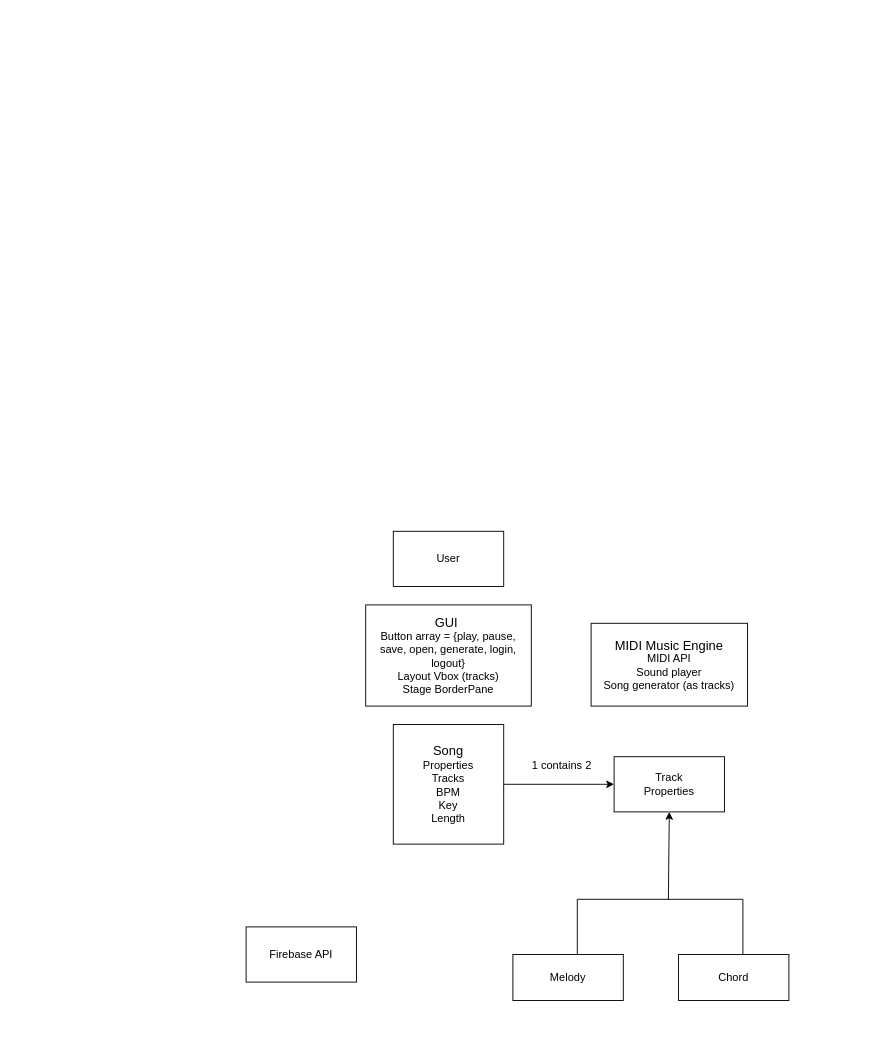
Before: src/main/UML/UML Diagram.drawio in slaystarthunder/midis-touch, a draw.io diagram. Source tidied: cells renumbered, new cells numbered last; positions are measured from the earlier drawing's top-left corner, leaving out a move shared by most shapes. Both pictures are drawn from the tidied source at 92%, with x=0, y=0 at pixel (246, 531).
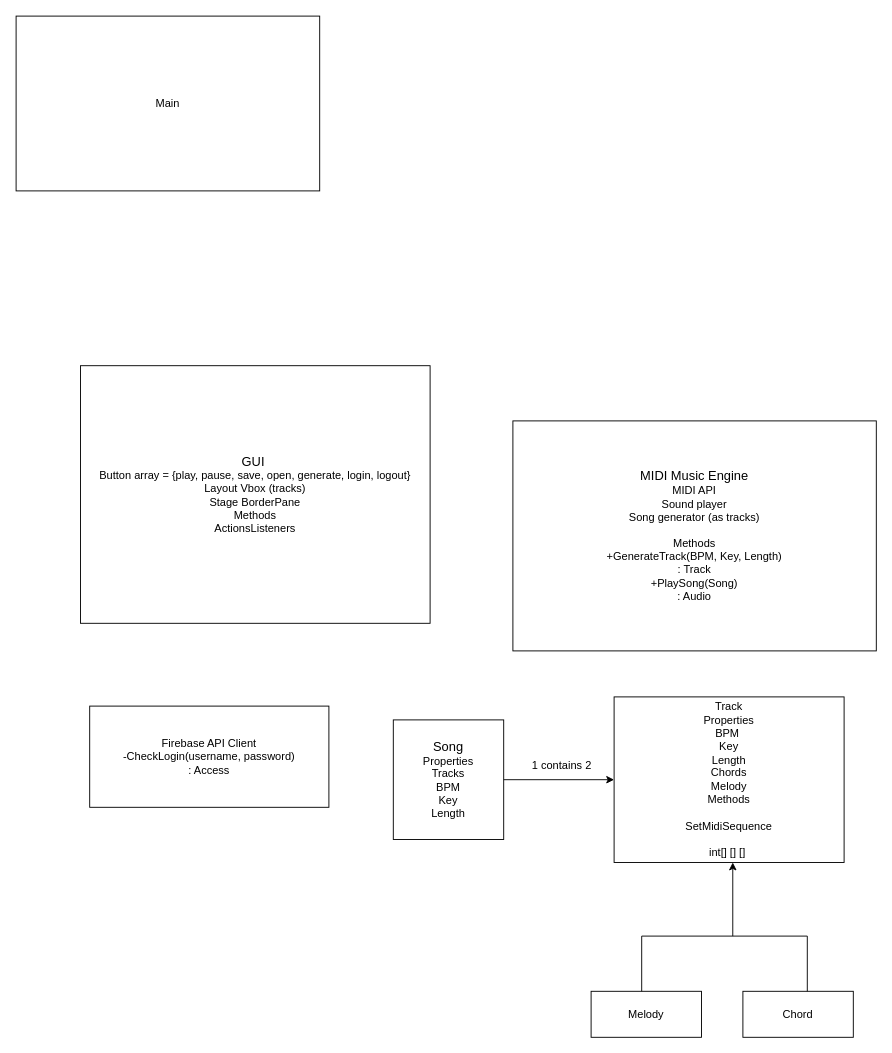
The same page after the edit.

The edit, as a diff of the source:
```diff
@@
 <mxGraphModel>
   <root>
     <mxCell id="0" />
     <mxCell id="1" parent="0" />
-    <mxCell id="2" value="&lt;font style=&quot;font-size: 14px;&quot;&gt;GUI&amp;nbsp;&lt;/font&gt;&lt;br&gt;Button array = {play, pause, save, open, generate, login, logout}&lt;br&gt;Layout Vbox (tracks)&lt;br&gt;Stage BorderPane" style="rounded=0;whiteSpace=wrap;html=1;" parent="1" vertex="1">
-      <mxGeometry x="130" y="80" width="180" height="110" as="geometry" />
+    <mxCell id="2" value="&lt;font style=&quot;font-size: 14px;&quot;&gt;GUI&amp;nbsp;&lt;/font&gt;&lt;br&gt;Button array = {play, pause, save, open, generate, login, logout}&lt;br&gt;Layout Vbox (tracks)&lt;br&gt;Stage BorderPane&lt;br&gt;Methods&lt;br&gt;ActionsListeners" style="rounded=0;whiteSpace=wrap;html=1;" parent="1" vertex="1">
+      <mxGeometry x="-180" y="-180" width="380" height="280" as="geometry" />
     </mxCell>
-    <mxCell id="3" value="&lt;font style=&quot;font-size: 14px;&quot;&gt;MIDI Music Engine&lt;br&gt;&lt;/font&gt;MIDI API&lt;br&gt;Sound player&lt;br&gt;Song generator (as tracks)" style="rounded=0;whiteSpace=wrap;html=1;" parent="1" vertex="1">
-      <mxGeometry x="375" y="100" width="170" height="90" as="geometry" />
+    <mxCell id="3" value="&lt;font style=&quot;font-size: 14px;&quot;&gt;MIDI Music Engine&lt;br&gt;&lt;/font&gt;MIDI API&lt;br&gt;Sound player&lt;br&gt;Song generator (as tracks)&lt;br&gt;&lt;br&gt;Methods&lt;br&gt;+GenerateTrack(BPM, Key, Length)&lt;br&gt;: Track&lt;br&gt;+PlaySong(Song)&lt;br&gt;: Audio" style="rounded=0;whiteSpace=wrap;html=1;" parent="1" vertex="1">
+      <mxGeometry x="290" y="-120" width="395" height="250" as="geometry" />
     </mxCell>
     <mxCell id="4" value="&lt;font style=&quot;font-size: 14px;&quot;&gt;Song&lt;/font&gt;&lt;br&gt;Properties&lt;br&gt;Tracks&lt;br&gt;BPM&lt;br&gt;Key&lt;br&gt;Length&lt;br&gt;" style="rounded=0;whiteSpace=wrap;html=1;" parent="1" vertex="1">
-      <mxGeometry x="160" y="210" width="120" height="130" as="geometry" />
+      <mxGeometry x="160" y="205" width="120" height="130" as="geometry" />
     </mxCell>
-    <mxCell id="5" value="User" style="rounded=0;whiteSpace=wrap;html=1;" parent="1" vertex="1">
-      <mxGeometry x="160" width="120" height="60" as="geometry" />
-    </mxCell>
-    <mxCell id="6" value="Firebase API" style="rounded=0;whiteSpace=wrap;html=1;" parent="1" vertex="1">
-      <mxGeometry y="430" width="120" height="60" as="geometry" />
+    <mxCell id="6" value="Firebase API Client&lt;br&gt;-CheckLogin(username, password)&lt;br&gt;: Access" style="rounded=0;whiteSpace=wrap;html=1;" parent="1" vertex="1">
+      <mxGeometry x="-170" y="190" width="260" height="110" as="geometry" />
     </mxCell>
-    <mxCell id="7" value="Track&lt;br&gt;Properties" style="rounded=0;whiteSpace=wrap;html=1;" parent="1" vertex="1">
-      <mxGeometry x="400" y="245" width="120" height="60" as="geometry" />
+    <mxCell id="7" value="Track&lt;br&gt;Properties&lt;br&gt;BPM&amp;nbsp;&lt;br&gt;Key&lt;br&gt;Length&lt;br&gt;Chords&lt;br&gt;Melody&lt;br&gt;Methods&lt;br&gt;&lt;br&gt;SetMidiSequence&lt;br&gt;&lt;br&gt;int[] [] []&amp;nbsp;" style="rounded=0;whiteSpace=wrap;html=1;" parent="1" vertex="1">
+      <mxGeometry x="400" y="180" width="250" height="180" as="geometry" />
     </mxCell>
     <mxCell id="8" style="endArrow=classic;html=1;rounded=0;entryX=0;entryY=0.5;entryDx=0;entryDy=0;exitX=1;exitY=0.5;exitDx=0;exitDy=0;" parent="1" edge="1" source="4" target="7">
       <mxGeometry relative="1" as="geometry" />
     </mxCell>
     <mxCell id="9" value="1 contains 2&amp;nbsp;" style="text;html=1;strokeColor=none;fillColor=none;align=center;verticalAlign=middle;whiteSpace=wrap;rounded=0;" parent="1" vertex="1">
       <mxGeometry x="290" y="230" width="110" height="50" as="geometry" />
     </mxCell>
-    <mxCell id="10" style="endArrow=classic;html=1;rounded=0;entryX=0.5;entryY=1;entryDx=0;entryDy=0;" parent="1" edge="1" target="7">
+    <mxCell id="10" style="endArrow=classic;html=1;rounded=0;" parent="1" edge="1">
       <mxGeometry relative="1" as="geometry">
-        <mxPoint x="459" y="400" as="sourcePoint" />
+        <mxPoint x="529" y="440" as="sourcePoint" />
+        <mxPoint x="529" y="360" as="targetPoint" />
       </mxGeometry>
     </mxCell>
     <mxCell id="11" style="endArrow=none;html=1;rounded=0;" parent="1" edge="1">
       <mxGeometry relative="1" as="geometry">
-        <mxPoint x="360" y="400" as="sourcePoint" />
-        <mxPoint x="540" y="400" as="targetPoint" />
+        <mxPoint x="430" y="440" as="sourcePoint" />
+        <mxPoint x="610" y="440" as="targetPoint" />
       </mxGeometry>
     </mxCell>
     <mxCell id="12" value="Melody" style="rounded=0;whiteSpace=wrap;html=1;" parent="1" vertex="1">
-      <mxGeometry x="290" y="460" width="120" height="50" as="geometry" />
+      <mxGeometry x="375" y="500" width="120" height="50" as="geometry" />
     </mxCell>
     <mxCell id="13" value="Chord" style="rounded=0;whiteSpace=wrap;html=1;" parent="1" vertex="1">
-      <mxGeometry x="470" y="460" width="120" height="50" as="geometry" />
+      <mxGeometry x="540" y="500" width="120" height="50" as="geometry" />
     </mxCell>
     <mxCell id="14" style="endArrow=none;html=1;rounded=0;" parent="1" edge="1">
       <mxGeometry relative="1" as="geometry">
-        <mxPoint x="360" y="460" as="sourcePoint" />
-        <mxPoint x="360" y="400" as="targetPoint" />
+        <mxPoint x="430" y="500" as="sourcePoint" />
+        <mxPoint x="430" y="440" as="targetPoint" />
       </mxGeometry>
     </mxCell>
     <mxCell id="15" style="endArrow=none;html=1;rounded=0;" parent="1" edge="1">
       <mxGeometry relative="1" as="geometry">
-        <mxPoint x="540" y="460" as="sourcePoint" />
-        <mxPoint x="540" y="400" as="targetPoint" />
+        <mxPoint x="610" y="500" as="sourcePoint" />
+        <mxPoint x="610" y="440" as="targetPoint" />
       </mxGeometry>
     </mxCell>
+    <mxCell id="16" value="Main" style="rounded=0;whiteSpace=wrap;html=1;" parent="1" vertex="1">
+      <mxGeometry x="-250" y="-560" width="330" height="190" as="geometry" />
+    </mxCell>
   </root>
 </mxGraphModel>
```
